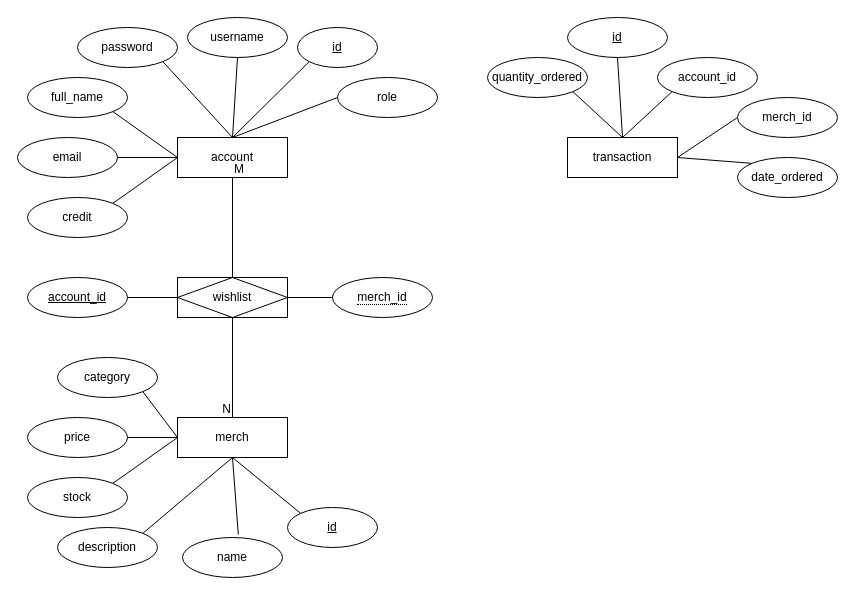
GumaMohdor/Hallyuin-UTS.ver keeps this draw.io diagram as Untitled Diagram.drawio. Above is the earlier version. Source tidied: cells renumbered, new cells numbered last; positions are measured from the earlier drawing's top-left corner, leaving out a move shared by most shapes. Both pictures are drawn from the tidied source at 100%, with x=0, y=0 at pixel (17, 17).
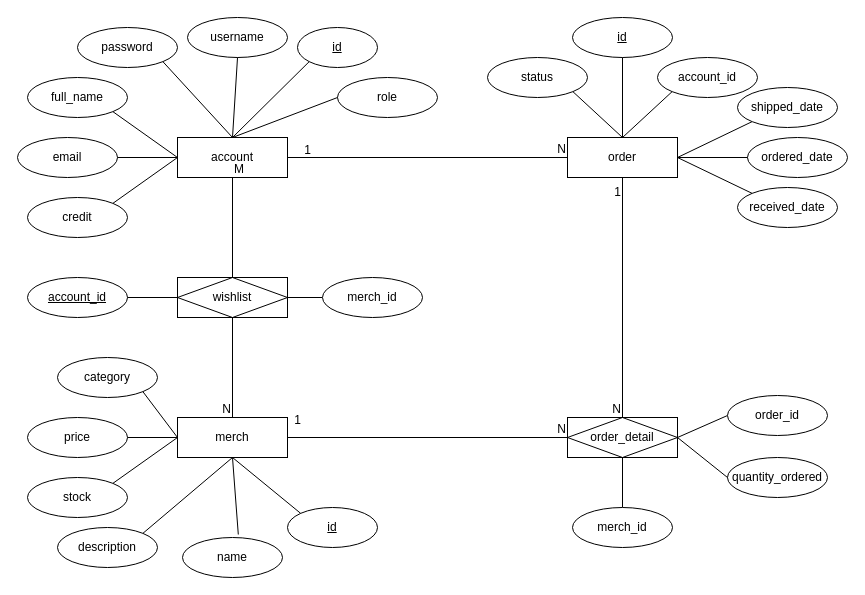
Above is the later version.

Unchanged cells that the change refers to:
```xml
<mxCell id="2" value="account" style="rounded=0;whiteSpace=wrap;html=1;" parent="1" vertex="1">
  <mxGeometry x="160" y="120" width="110" height="40" as="geometry" />
</mxCell>
<mxCell id="15" value="merch" style="whiteSpace=wrap;html=1;align=center;" parent="1" vertex="1">
  <mxGeometry x="160" y="400" width="110" height="40" as="geometry" />
</mxCell>
<mxCell id="31" value="wishlist" style="shape=associativeEntity;whiteSpace=wrap;html=1;align=center;" parent="1" vertex="1">
  <mxGeometry x="160" y="260" width="110" height="40" as="geometry" />
</mxCell>
```

Change to the diagram source:
```diff
@@
-    <mxCell id="32" value="&lt;span style=&quot;border-bottom: 1px dotted&quot;&gt;merch_id&lt;/span&gt;" style="ellipse;whiteSpace=wrap;html=1;align=center;" parent="1" vertex="1">
-      <mxGeometry x="315" y="260" width="100" height="40" as="geometry" />
-    </mxCell>
@@
-    <mxCell id="35" style="endArrow=none;html=1;rounded=0;exitX=1;exitY=0.5;exitDx=0;exitDy=0;entryX=0;entryY=0.5;entryDx=0;entryDy=0;" parent="1" edge="1" source="31" target="32">
+    <mxCell id="35" style="endArrow=none;html=1;rounded=0;exitX=1;exitY=0.5;exitDx=0;exitDy=0;entryX=0;entryY=0.5;entryDx=0;entryDy=0;" parent="1" edge="1" source="31" target="69">
       <mxGeometry relative="1" as="geometry" />
     </mxCell>
@@
-    <mxCell id="38" value="transaction" style="whiteSpace=wrap;html=1;align=center;" parent="1" vertex="1">
+    <mxCell id="38" value="order" style="whiteSpace=wrap;html=1;align=center;" parent="1" vertex="1">
       <mxGeometry x="550" y="120" width="110" height="40" as="geometry" />
     </mxCell>
-    <mxCell id="39" value="quantity_ordered" style="ellipse;whiteSpace=wrap;html=1;align=center;" parent="1" vertex="1">
-      <mxGeometry x="470" y="40" width="100" height="40" as="geometry" />
-    </mxCell>
     <mxCell id="40" value="id" style="ellipse;whiteSpace=wrap;html=1;align=center;fontStyle=4;" parent="1" vertex="1">
-      <mxGeometry x="550" width="100" height="40" as="geometry" />
+      <mxGeometry x="555" width="100" height="40" as="geometry" />
     </mxCell>
@@
-    <mxCell id="42" value="merch_id" style="ellipse;whiteSpace=wrap;html=1;align=center;" parent="1" vertex="1">
-      <mxGeometry x="720" y="80" width="100" height="40" as="geometry" />
-    </mxCell>
-    <mxCell id="43" style="endArrow=none;html=1;rounded=0;exitX=1;exitY=1;exitDx=0;exitDy=0;entryX=0.5;entryY=0;entryDx=0;entryDy=0;" parent="1" edge="1" source="39" target="38">
-      <mxGeometry relative="1" as="geometry" />
-    </mxCell>
@@
-    <mxCell id="46" style="endArrow=none;html=1;rounded=0;exitX=0;exitY=0.5;exitDx=0;exitDy=0;entryX=1;entryY=0.5;entryDx=0;entryDy=0;" parent="1" edge="1" source="42" target="38">
+    <mxCell id="46" style="endArrow=none;html=1;rounded=0;exitX=0;exitY=1;exitDx=0;exitDy=0;entryX=1;entryY=0.5;entryDx=0;entryDy=0;" parent="1" edge="1" source="59" target="38">
       <mxGeometry relative="1" as="geometry" />
     </mxCell>
-    <mxCell id="47" value="date_ordered" style="ellipse;whiteSpace=wrap;html=1;align=center;" parent="1" vertex="1">
-      <mxGeometry x="720" y="140" width="100" height="40" as="geometry" />
+    <mxCell id="47" value="ordered_date" style="ellipse;whiteSpace=wrap;html=1;align=center;" parent="1" vertex="1">
+      <mxGeometry x="730" y="120" width="100" height="40" as="geometry" />
     </mxCell>
-    <mxCell id="48" style="endArrow=none;html=1;rounded=0;exitX=1;exitY=0.5;exitDx=0;exitDy=0;entryX=0;entryY=0;entryDx=0;entryDy=0;" parent="1" edge="1" source="38" target="47">
+    <mxCell id="48" style="endArrow=none;html=1;rounded=0;exitX=1;exitY=0.5;exitDx=0;exitDy=0;entryX=0;entryY=0.5;entryDx=0;entryDy=0;" parent="1" edge="1" source="38" target="47">
       <mxGeometry relative="1" as="geometry" />
     </mxCell>
+    <mxCell id="49" style="endArrow=none;html=1;rounded=0;exitX=1;exitY=0.5;exitDx=0;exitDy=0;entryX=0;entryY=0.5;entryDx=0;entryDy=0;" parent="1" edge="1" source="2" target="38">
+      <mxGeometry relative="1" as="geometry" />
+    </mxCell>
+    <mxCell id="50" value="N" style="html=1;whiteSpace=wrap;align=right;verticalAlign=bottom;" parent="49" vertex="1">
+      <mxGeometry x="1" relative="1" as="geometry" />
+    </mxCell>
+    <mxCell id="51" value="1" style="text;html=1;align=center;verticalAlign=middle;strokeColor=none;fillColor=none;" parent="1" vertex="1">
+      <mxGeometry x="275" y="118" width="30" height="30" as="geometry" />
+    </mxCell>
+    <mxCell id="52" value="order_detail" style="shape=associativeEntity;whiteSpace=wrap;html=1;align=center;" parent="1" vertex="1">
+      <mxGeometry x="550" y="400" width="110" height="40" as="geometry" />
+    </mxCell>
+    <mxCell id="53" style="endArrow=none;html=1;rounded=0;exitX=0.5;exitY=1;exitDx=0;exitDy=0;entryX=0.5;entryY=0;entryDx=0;entryDy=0;" parent="1" edge="1" source="38" target="52">
+      <mxGeometry relative="1" as="geometry" />
+    </mxCell>
+    <mxCell id="54" value="N" style="html=1;whiteSpace=wrap;align=right;verticalAlign=bottom;" parent="53" vertex="1">
+      <mxGeometry x="1" relative="1" as="geometry" />
+    </mxCell>
+    <mxCell id="55" value="1" style="text;html=1;align=center;verticalAlign=middle;strokeColor=none;fillColor=none;" parent="1" vertex="1">
+      <mxGeometry x="585" y="160" width="30" height="30" as="geometry" />
+    </mxCell>
+    <mxCell id="56" style="endArrow=none;html=1;rounded=0;exitX=0.5;exitY=0;exitDx=0;exitDy=0;entryX=0.5;entryY=1;entryDx=0;entryDy=0;" parent="1" edge="1" source="67" target="52">
+      <mxGeometry relative="1" as="geometry" />
+    </mxCell>
+    <mxCell id="57" style="endArrow=none;html=1;rounded=0;exitX=0;exitY=0.5;exitDx=0;exitDy=0;entryX=1;entryY=0.5;entryDx=0;entryDy=0;" parent="1" edge="1" source="68" target="52">
+      <mxGeometry relative="1" as="geometry" />
+    </mxCell>
+    <mxCell id="39" value="quantity_ordered" style="ellipse;whiteSpace=wrap;html=1;align=center;" parent="1" vertex="1">
+      <mxGeometry x="710" y="440" width="100" height="40" as="geometry" />
+    </mxCell>
+    <mxCell id="58" style="endArrow=none;html=1;rounded=0;exitX=1;exitY=0.5;exitDx=0;exitDy=0;entryX=0;entryY=0.5;entryDx=0;entryDy=0;" parent="1" edge="1" source="52" target="39">
+      <mxGeometry relative="1" as="geometry" />
+    </mxCell>
+    <mxCell id="59" value="shipped_date" style="ellipse;whiteSpace=wrap;html=1;align=center;" parent="1" vertex="1">
+      <mxGeometry x="720" y="70" width="100" height="40" as="geometry" />
+    </mxCell>
+    <mxCell id="60" value="status" style="ellipse;whiteSpace=wrap;html=1;align=center;" parent="1" vertex="1">
+      <mxGeometry x="470" y="40" width="100" height="40" as="geometry" />
+    </mxCell>
+    <mxCell id="61" style="endArrow=none;html=1;rounded=0;exitX=1;exitY=1;exitDx=0;exitDy=0;entryX=0.5;entryY=0;entryDx=0;entryDy=0;" parent="1" edge="1" source="60" target="38">
+      <mxGeometry relative="1" as="geometry" />
+    </mxCell>
+    <mxCell id="62" value="received_date" style="ellipse;whiteSpace=wrap;html=1;align=center;" parent="1" vertex="1">
+      <mxGeometry x="720" y="170" width="100" height="40" as="geometry" />
+    </mxCell>
+    <mxCell id="63" style="endArrow=none;html=1;rounded=0;exitX=1;exitY=0.5;exitDx=0;exitDy=0;entryX=0;entryY=0;entryDx=0;entryDy=0;" parent="1" edge="1" source="38" target="62">
+      <mxGeometry relative="1" as="geometry" />
+    </mxCell>
+    <mxCell id="64" style="endArrow=none;html=1;rounded=0;exitX=1;exitY=0.5;exitDx=0;exitDy=0;entryX=0;entryY=0.5;entryDx=0;entryDy=0;" parent="1" edge="1" source="15" target="52">
+      <mxGeometry relative="1" as="geometry" />
+    </mxCell>
+    <mxCell id="65" value="N" style="html=1;whiteSpace=wrap;align=right;verticalAlign=bottom;" parent="64" vertex="1">
+      <mxGeometry x="1" relative="1" as="geometry" />
+    </mxCell>
+    <mxCell id="66" value="1" style="text;html=1;align=center;verticalAlign=middle;strokeColor=none;fillColor=none;" parent="1" vertex="1">
+      <mxGeometry x="265" y="388" width="30" height="30" as="geometry" />
+    </mxCell>
+    <mxCell id="67" value="merch_id" style="ellipse;whiteSpace=wrap;html=1;align=center;" parent="1" vertex="1">
+      <mxGeometry x="555" y="490" width="100" height="40" as="geometry" />
+    </mxCell>
+    <mxCell id="68" value="order_id" style="ellipse;whiteSpace=wrap;html=1;align=center;" parent="1" vertex="1">
+      <mxGeometry x="710" y="378" width="100" height="40" as="geometry" />
+    </mxCell>
+    <mxCell id="69" value="merch_id" style="ellipse;whiteSpace=wrap;html=1;align=center;" parent="1" vertex="1">
+      <mxGeometry x="305" y="260" width="100" height="40" as="geometry" />
+    </mxCell>
```
